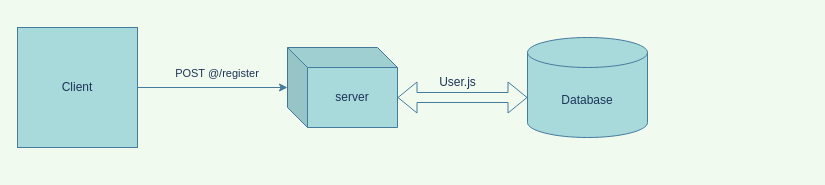
Above: structure.drawio in texasminus/user-crud (draw.io), before the change. Source tidied: cells renumbered, new cells numbered last; positions are measured from the earlier drawing's top-left corner, leaving out a move shared by most shapes. Both pictures are drawn from the tidied source at 100%, with x=0, y=0 at pixel (17, 27).
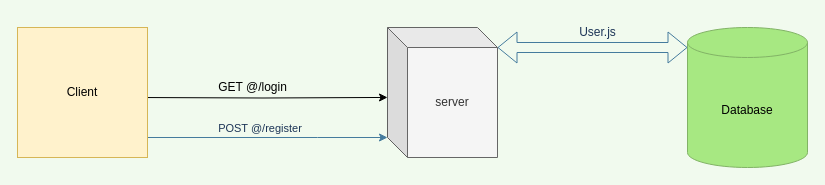
The same diagram, later.

What changed in the source:
```diff
@@
 <mxGraphModel background="#F1FAEE">
   <root>
     <mxCell id="0" />
     <mxCell id="1" parent="0" />
-    <mxCell id="2" value="Database" style="shape=cylinder3;whiteSpace=wrap;html=1;boundedLbl=1;backgroundOutline=1;size=15;fillColor=#A8DADC;strokeColor=#457B9D;fontColor=#1D3557;" parent="1" vertex="1">
-      <mxGeometry x="510" y="10" width="120" height="100" as="geometry" />
+    <mxCell id="2" value="Database" style="shape=cylinder3;whiteSpace=wrap;html=1;boundedLbl=1;backgroundOutline=1;size=15;fillColor=#A7E882;strokeColor=#82b366;gradientColor=none;" parent="1" vertex="1">
+      <mxGeometry x="670" width="120" height="140" as="geometry" />
     </mxCell>
-    <mxCell id="3" value="server" style="shape=cube;whiteSpace=wrap;html=1;boundedLbl=1;backgroundOutline=1;darkOpacity=0.05;darkOpacity2=0.1;fillColor=#A8DADC;fontColor=#1D3557;strokeColor=#457B9D;" parent="1" vertex="1">
-      <mxGeometry x="270" y="20" width="110" height="80" as="geometry" />
+    <mxCell id="3" value="server" style="shape=cube;whiteSpace=wrap;html=1;boundedLbl=1;backgroundOutline=1;darkOpacity=0.05;darkOpacity2=0.1;fillColor=#f5f5f5;fontColor=#333333;strokeColor=#666666;" parent="1" vertex="1">
+      <mxGeometry x="370" width="110" height="130" as="geometry" />
     </mxCell>
     <mxCell id="4" value="User.js" style="text;html=1;align=center;verticalAlign=middle;strokeColor=none;fillColor=none;fontColor=#1D3557;" parent="1" vertex="1">
-      <mxGeometry x="410" y="40" width="60" height="30" as="geometry" />
+      <mxGeometry x="550" y="-10" width="60" height="30" as="geometry" />
     </mxCell>
     <mxCell id="5" style="edgeStyle=orthogonalEdgeStyle;rounded=0;jettySize=auto;html=1;labelBackgroundColor=#F1FAEE;strokeColor=#457B9D;fontColor=#1D3557;" parent="1" edge="1" source="7" target="3">
-      <mxGeometry relative="1" as="geometry" />
+      <mxGeometry relative="1" as="geometry">
+        <Array as="points">
+          <mxPoint x="300" y="110" />
+          <mxPoint x="300" y="110" />
+        </Array>
+      </mxGeometry>
     </mxCell>
     <mxCell id="6" value="POST @/register&amp;nbsp;" style="edgeLabel;html=1;align=center;verticalAlign=middle;labelBackgroundColor=#F1FAEE;fontColor=#1D3557;" parent="5" vertex="1">
       <mxGeometry x="0.32" y="3" relative="1" as="geometry">
-        <mxPoint x="-19" y="-12" as="offset" />
+        <mxPoint x="-45" y="-7" as="offset" />
       </mxGeometry>
     </mxCell>
+    <mxCell id="9" style="edgeStyle=orthogonalEdgeStyle;rounded=0;jettySize=auto;html=1;entryX=0;entryY=0.538;entryDx=0;entryDy=0;entryPerimeter=0;" parent="1" edge="1" target="3">
+      <mxGeometry relative="1" as="geometry">
+        <mxPoint x="120" y="70" as="sourcePoint" />
+      </mxGeometry>
+    </mxCell>
-    <mxCell id="7" value="Client" style="whiteSpace=wrap;html=1;fillColor=#A8DADC;strokeColor=#457B9D;fontColor=#1D3557;" parent="1" vertex="1">
-      <mxGeometry width="120" height="120" as="geometry" />
+    <mxCell id="7" value="Client" style="whiteSpace=wrap;html=1;fillColor=#fff2cc;strokeColor=#d6b656;" parent="1" vertex="1">
+      <mxGeometry width="130" height="130" as="geometry" />
     </mxCell>
     <mxCell id="8" style="shape=flexArrow;endArrow=classic;startArrow=classic;html=1;rounded=0;labelBackgroundColor=#F1FAEE;strokeColor=#457B9D;fontColor=#1D3557;" parent="1" edge="1">
       <mxGeometry relative="1" as="geometry">
-        <mxPoint x="380" y="70" as="sourcePoint" />
-        <mxPoint x="510" y="70" as="targetPoint" />
+        <mxPoint x="480" y="20" as="sourcePoint" />
+        <mxPoint x="670" y="20" as="targetPoint" />
       </mxGeometry>
     </mxCell>
+    <mxCell id="10" value="GET @/login" style="text;html=1;align=center;verticalAlign=middle;strokeColor=none;fillColor=none;" parent="1" vertex="1">
+      <mxGeometry x="190" y="45" width="90" height="30" as="geometry" />
+    </mxCell>
   </root>
 </mxGraphModel>
```
